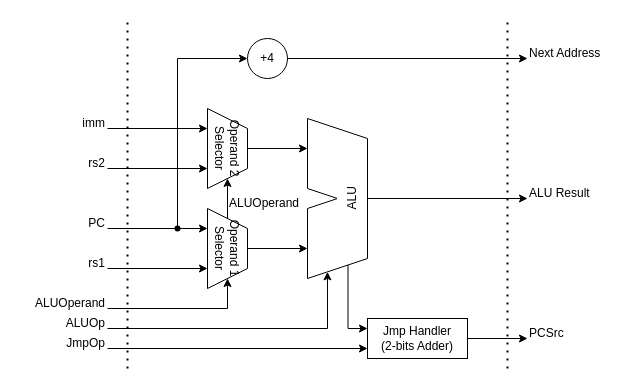
Earlier version of the draw.io diagram page "Execution Unit" (7 of 9) of docs/imgs/hardware_design/Component.drawio (WachirawichN/C0-CPU). Source tidied: cells renumbered, new cells numbered last; positions are measured from the earlier drawing's top-left corner, leaving out a move shared by most shapes. Both pictures are drawn from the tidied source at 100%, with x=0, y=0 at pixel (17, 18).
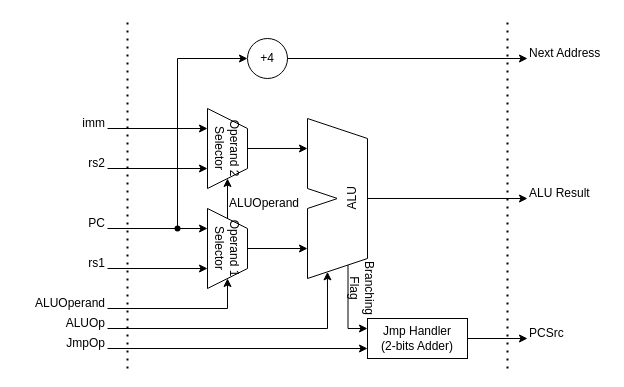
After the change.

Diff of the diagram source:
```diff
@@
+    <mxCell id="40" value="Branching Flag" style="text;html=1;whiteSpace=wrap;strokeColor=none;fillColor=none;align=center;verticalAlign=middle;rounded=0;rotation=90;" parent="1" vertex="1">
+      <mxGeometry x="315" y="255" width="60" height="30" as="geometry" />
+    </mxCell>
```
